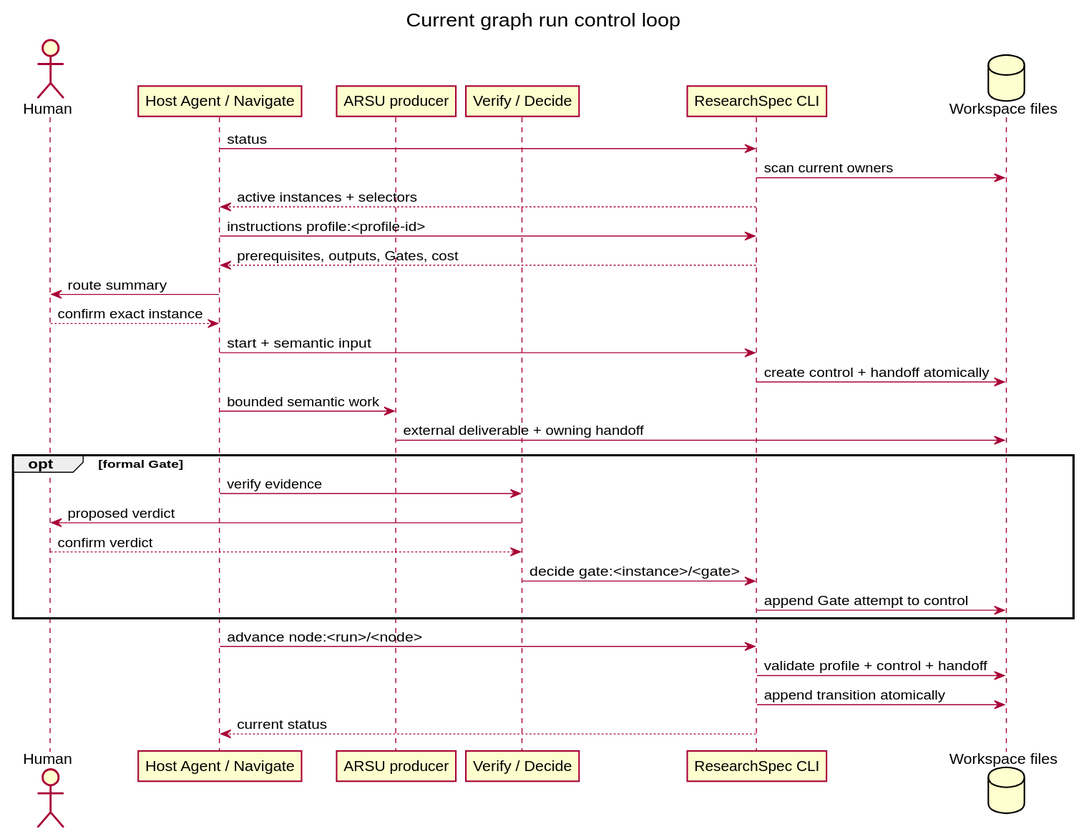
Earlier version of the PlantUML export docs/developer/runtime/diagrams/rendered/runtime-control-loop.svg (leike0813/ResearchSpec). Its source is kept beside it as docs/developer/runtime/diagrams/src/runtime-control-loop.puml. The source it was exported from:
```plantuml
@startuml
title Current graph run control loop
skinparam shadowing false
actor Human
participant "Host Agent / Navigate" as Agent
participant "ARSU producer" as ARSU
participant "Verify / Decide" as Companion
participant "ResearchSpec CLI" as CLI
database "Workspace files" as Files
Agent -> CLI : status
CLI -> Files : scan current owners
CLI --> Agent : active instances + selectors
Agent -> CLI : instructions profile:<profile-id>
CLI --> Agent : prerequisites, outputs, Gates, cost
Agent -> Human : route summary
Human --> Agent : confirm exact instance
Agent -> CLI : start + semantic input
CLI -> Files : create control + handoff atomically
Agent -> ARSU : bounded semantic work
ARSU -> Files : external deliverable + owning handoff
opt formal Gate
  Agent -> Companion : verify evidence
  Companion -> Human : proposed verdict
  Human --> Companion : confirm verdict
  Companion -> CLI : decide gate:<instance>/<gate>
  CLI -> Files : append Gate attempt to control
end
Agent -> CLI : advance node:<run>/<node>
CLI -> Files : validate profile + control + handoff
CLI -> Files : append transition atomically
CLI --> Agent : current status
@enduml
```
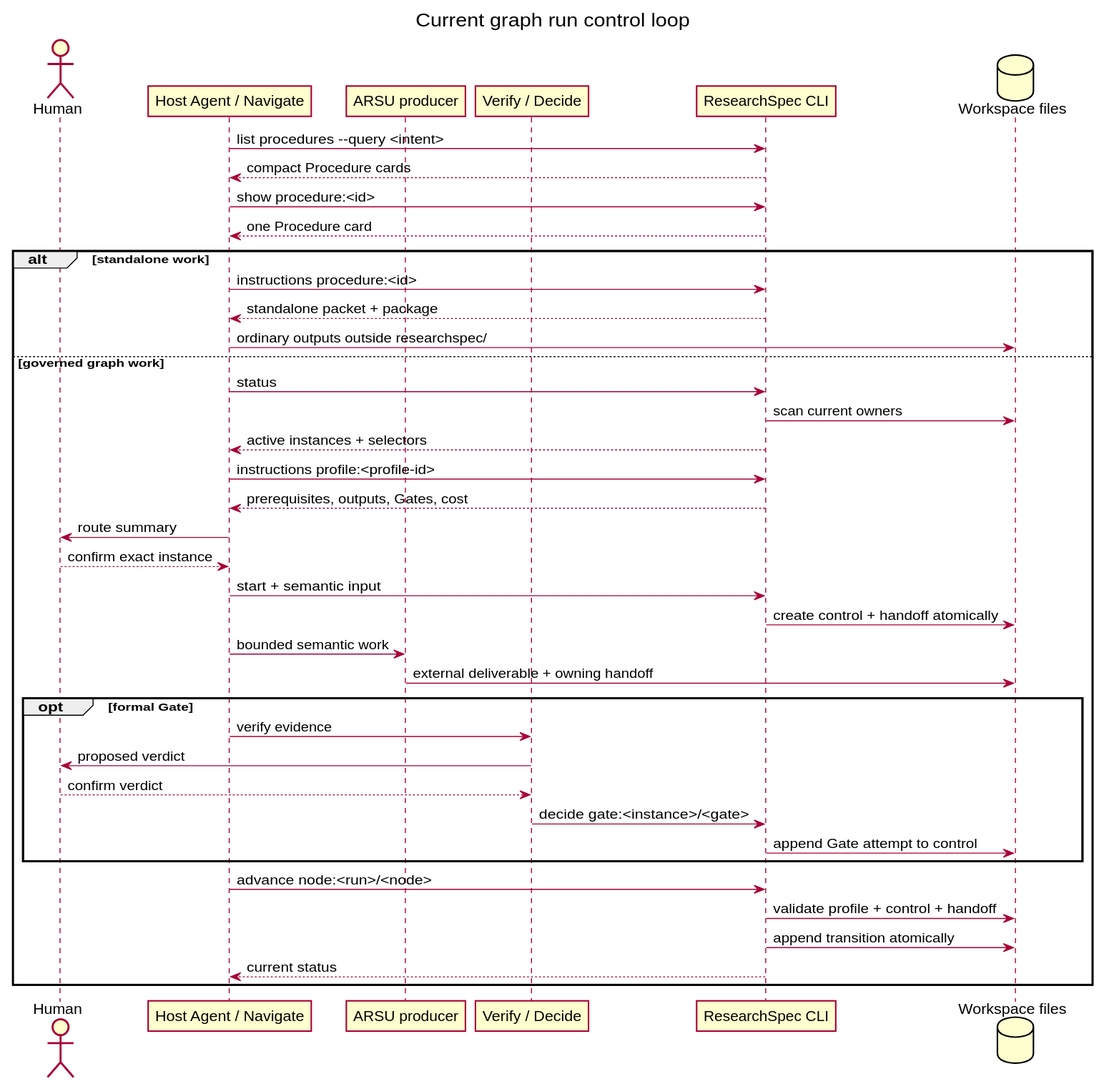
The same file after the commit.

Diff of the diagram source:
```diff
@@ -7,6 +7,15 @@
 participant "Verify / Decide" as Companion
 participant "ResearchSpec CLI" as CLI
 database "Workspace files" as Files
+Agent -> CLI : list procedures --query <intent>
+CLI --> Agent : compact Procedure cards
+Agent -> CLI : show procedure:<id>
+CLI --> Agent : one Procedure card
+alt standalone work
+  Agent -> CLI : instructions procedure:<id>
+  CLI --> Agent : standalone packet + package
+  Agent -> Files : ordinary outputs outside researchspec/
+else governed graph work
 Agent -> CLI : status
 CLI -> Files : scan current owners
 CLI --> Agent : active instances + selectors
@@ -29,4 +38,5 @@
 CLI -> Files : validate profile + control + handoff
 CLI -> Files : append transition atomically
 CLI --> Agent : current status
+end
 @enduml
```
